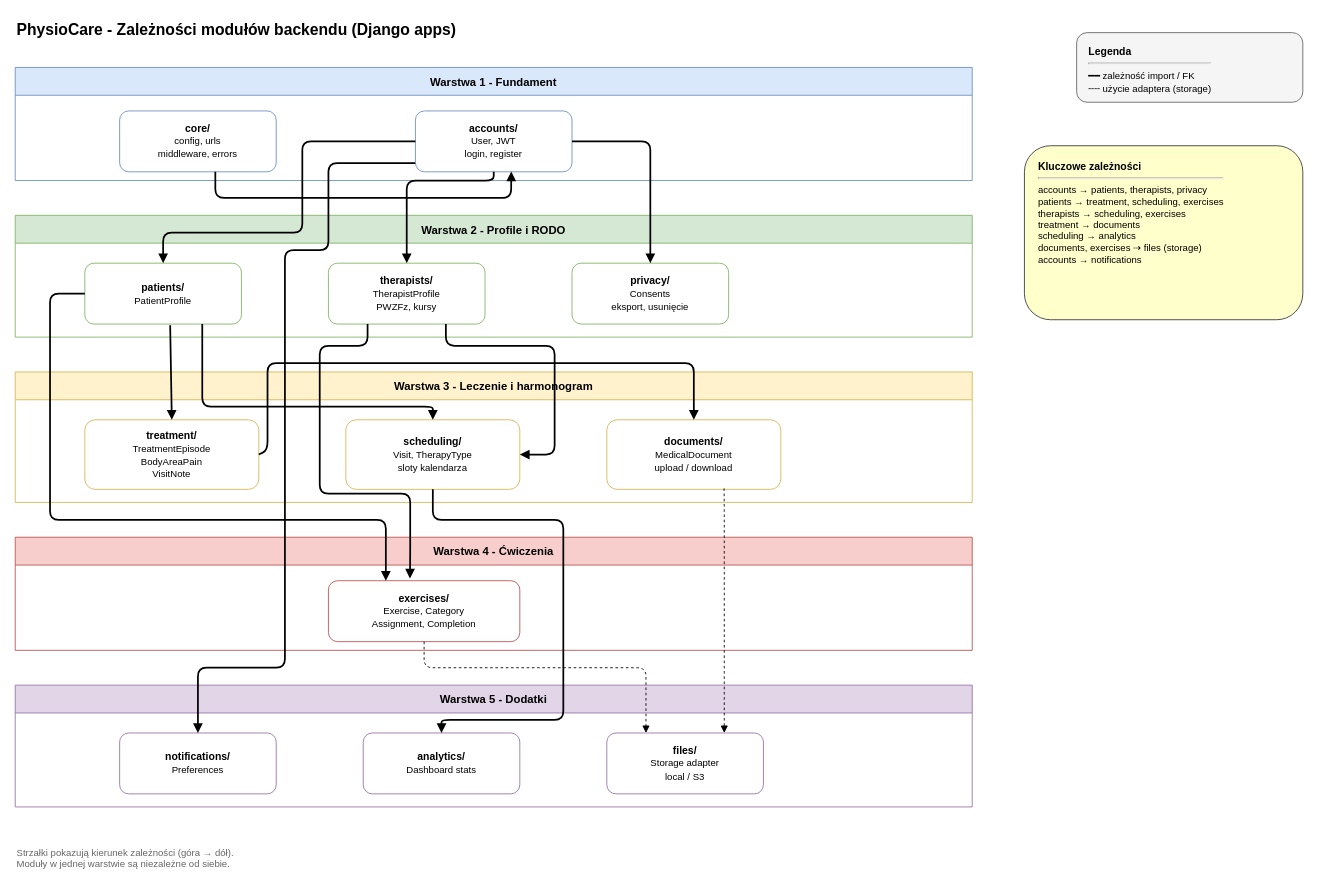
kacperszczudlo/PhysioCare keeps this draw.io diagram as docs/diagrams/module-dependencies.drawio. Above is the earlier version. Source tidied: cells renumbered, new cells numbered last; positions are measured from the earlier drawing's top-left corner, leaving out a move shared by most shapes. Both pictures are drawn from the tidied source at 87%, with x=0, y=0 at pixel (15, 15).
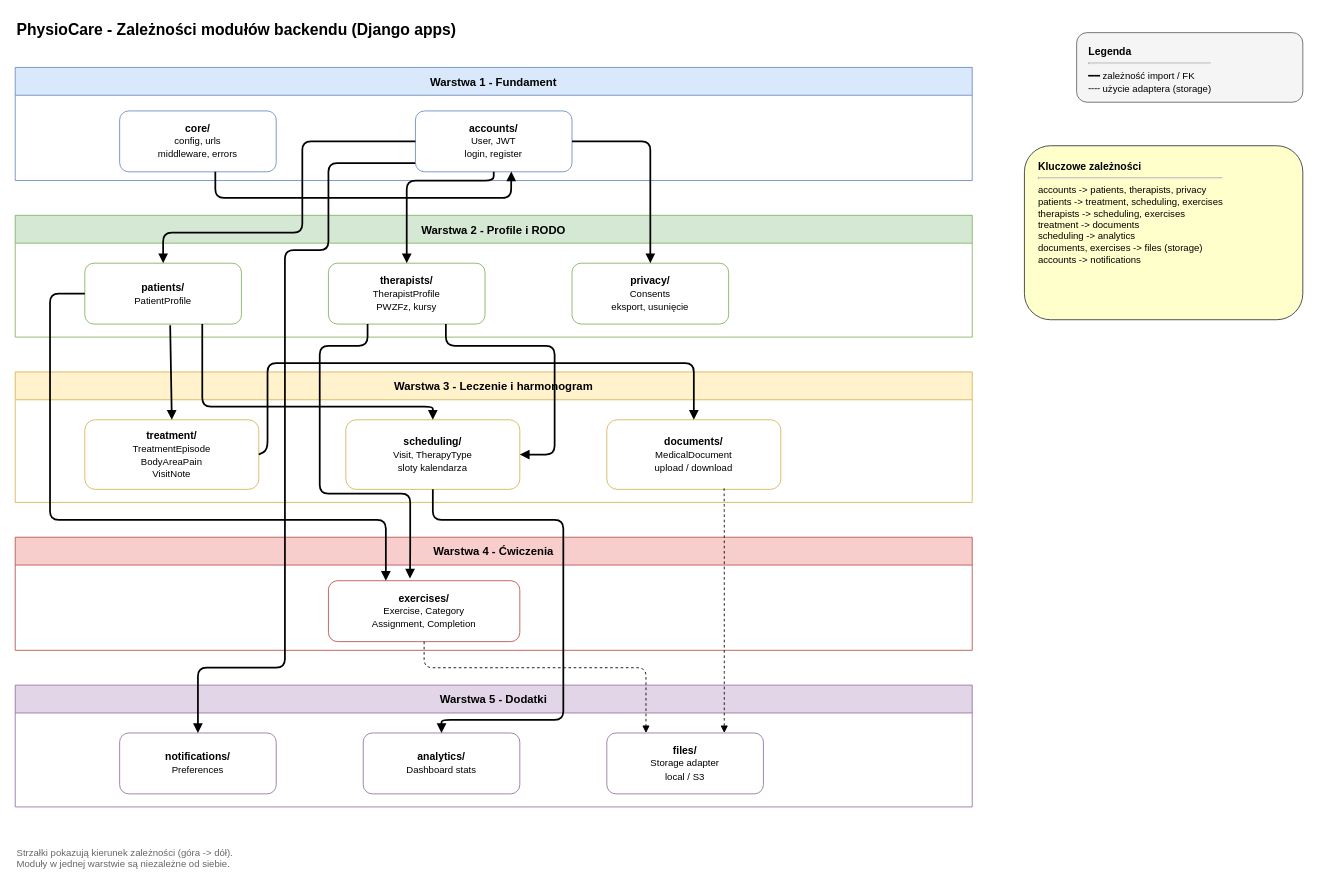
The same page after the edit.

What changed in the source:
```diff
@@
-    <mxCell id="35" value="&lt;b&gt;Kluczowe zależności&lt;/b&gt;&lt;hr&gt;&lt;font style=&quot;font-size:11px&quot; align=&quot;left&quot;&gt;&lt;div style=&quot;text-align:left&quot;&gt;accounts → patients, therapists, privacy&lt;br&gt;patients → treatment, scheduling, exercises&lt;br&gt;therapists → scheduling, exercises&lt;br&gt;treatment → documents&lt;br&gt;scheduling → analytics&lt;br&gt;documents, exercises ⇢ files (storage)&lt;br&gt;accounts → notifications&lt;/div&gt;&lt;/font&gt;" style="rounded=1;whiteSpace=wrap;html=1;align=left;verticalAlign=top;spacingLeft=14;spacingTop=10;fillColor=#ffffcc;strokeColor=#36393d;fontFamily=Helvetica;" parent="1" vertex="1">
+    <mxCell id="35" value="&lt;b&gt;Kluczowe zależności&lt;/b&gt;&lt;hr&gt;&lt;font style=&quot;font-size:11px&quot; align=&quot;left&quot;&gt;&lt;div style=&quot;text-align:left&quot;&gt;accounts -&gt; patients, therapists, privacy&lt;br&gt;patients -&gt; treatment, scheduling, exercises&lt;br&gt;therapists -&gt; scheduling, exercises&lt;br&gt;treatment -&gt; documents&lt;br&gt;scheduling -&gt; analytics&lt;br&gt;documents, exercises -&gt; files (storage)&lt;br&gt;accounts -&gt; notifications&lt;/div&gt;&lt;/font&gt;" style="rounded=1;whiteSpace=wrap;html=1;align=left;verticalAlign=top;spacingLeft=14;spacingTop=10;fillColor=#ffffcc;strokeColor=#36393d;fontFamily=Helvetica;" parent="1" vertex="1">
       <mxGeometry x="1160" y="150" width="320" height="200" as="geometry" />
     </mxCell>
-    <mxCell id="36" value="Strzałki pokazują kierunek zależności (góra → dół).&lt;br&gt;Moduły w jednej warstwie są niezależne od siebie." style="text;html=1;fontSize=11;align=left;fontFamily=Helvetica;fontColor=#666666;" parent="1" vertex="1">
+    <mxCell id="36" value="Strzałki pokazują kierunek zależności (góra -&gt; dół).&lt;br&gt;Moduły w jednej warstwie są niezależne od siebie." style="text;html=1;fontSize=11;align=left;fontFamily=Helvetica;fontColor=#666666;" parent="1" vertex="1">
       <mxGeometry y="950" width="500" height="40" as="geometry" />
     </mxCell>
```
